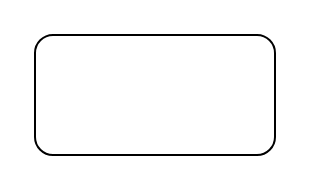
The draw.io diagram Laundry Management.drawio in cuunoong/cuunoong, before the edit. Source tidied: cells renumbered, new cells numbered last; positions are measured from the earlier drawing's top-left corner, leaving out a move shared by most shapes. Both pictures are drawn from the tidied source at 200%, with x=0, y=0 at pixel (34, 34).
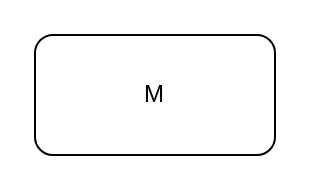
Above is the later version.

The edit, as a diff of the source:
```diff
@@
 <mxGraphModel>
   <root>
     <mxCell id="0" />
     <mxCell id="1" parent="0" />
-    <mxCell id="2" style="rounded=1;whiteSpace=wrap;html=1;" parent="1" vertex="1">
+    <mxCell id="2" value="M" style="rounded=1;whiteSpace=wrap;html=1;" parent="1" vertex="1">
       <mxGeometry width="120" height="60" as="geometry" />
     </mxCell>
   </root>
 </mxGraphModel>
```
